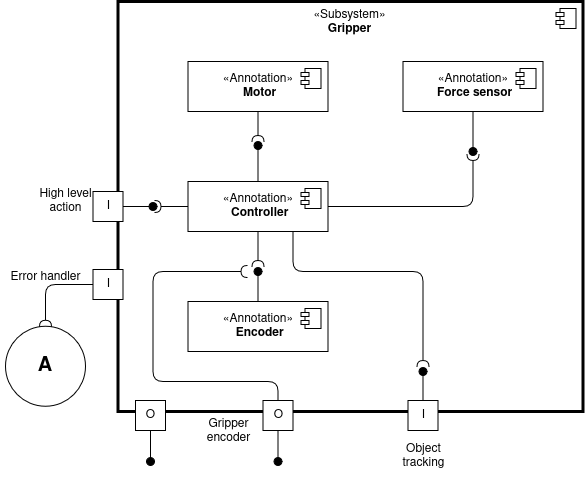
This is docs/source/_static/gripper.png from AlessandroMangili/Assignment_Cogar_group_I, a draw.io export, as it was before one commit. Source tidied: cells renumbered, new cells last; positions are measured from the earlier drawing's top-left corner, leaving out a move shared by most shapes. Source of this version:
```xml
<mxGraphModel>
  <root>
    <mxCell id="0" />
    <mxCell id="1" parent="0" />
    <mxCell id="2" value="«Subsystem»&lt;br&gt;&lt;div&gt;&lt;b&gt;Gripper&lt;/b&gt;&lt;/div&gt;&lt;div&gt;&lt;b&gt;&lt;br&gt;&lt;/b&gt;&lt;/div&gt;" style="html=1;whiteSpace=wrap;fillColor=none;align=center;verticalAlign=top;strokeWidth=3;" parent="1" vertex="1">
      <mxGeometry x="117.5" width="465" height="410" as="geometry" />
    </mxCell>
    <mxCell id="3" style="shape=module;jettyWidth=8;jettyHeight=4;" parent="2" vertex="1">
      <mxGeometry x="1" width="20" height="20" relative="1" as="geometry">
        <mxPoint x="-27" y="7" as="offset" />
      </mxGeometry>
    </mxCell>
    <mxCell id="4" value="«Annotation»&lt;br&gt;&lt;b&gt;&amp;nbsp;Force sensor&lt;/b&gt;" style="html=1;whiteSpace=wrap;" parent="1" vertex="1">
      <mxGeometry x="402.5" y="60" width="140" height="50" as="geometry" />
    </mxCell>
    <mxCell id="5" style="shape=module;jettyWidth=8;jettyHeight=4;" parent="4" vertex="1">
      <mxGeometry x="1" width="20" height="20" relative="1" as="geometry">
        <mxPoint x="-27" y="7" as="offset" />
      </mxGeometry>
    </mxCell>
    <mxCell id="6" value="«Annotation»&lt;br&gt;&lt;b&gt;&amp;nbsp;Motor&lt;/b&gt;" style="html=1;whiteSpace=wrap;" parent="1" vertex="1">
      <mxGeometry x="187.5" y="60" width="140" height="50" as="geometry" />
    </mxCell>
    <mxCell id="7" style="shape=module;jettyWidth=8;jettyHeight=4;" parent="6" vertex="1">
      <mxGeometry x="1" width="20" height="20" relative="1" as="geometry">
        <mxPoint x="-27" y="7" as="offset" />
      </mxGeometry>
    </mxCell>
    <mxCell id="8" value="«Annotation»&lt;br&gt;&lt;b&gt;&amp;nbsp;Encoder&lt;/b&gt;" style="html=1;whiteSpace=wrap;" parent="1" vertex="1">
      <mxGeometry x="187.5" y="300" width="140" height="50" as="geometry" />
    </mxCell>
    <mxCell id="9" style="shape=module;jettyWidth=8;jettyHeight=4;" parent="8" vertex="1">
      <mxGeometry x="1" width="20" height="20" relative="1" as="geometry">
        <mxPoint x="-27" y="7" as="offset" />
      </mxGeometry>
    </mxCell>
    <mxCell id="10" value="«Annotation»&lt;br&gt;&lt;b&gt;&amp;nbsp;Controller&lt;/b&gt;" style="html=1;whiteSpace=wrap;" parent="1" vertex="1">
      <mxGeometry x="187.5" y="180" width="140" height="50" as="geometry" />
    </mxCell>
    <mxCell id="11" style="shape=module;jettyWidth=8;jettyHeight=4;" parent="10" vertex="1">
      <mxGeometry x="1" width="20" height="20" relative="1" as="geometry">
        <mxPoint x="-27" y="7" as="offset" />
      </mxGeometry>
    </mxCell>
    <mxCell id="12" style="html=1;verticalAlign=bottom;labelBackgroundColor=none;endArrow=oval;endFill=1;endSize=8;exitX=0.5;exitY=0;exitDx=0;exitDy=0;" parent="1" edge="1" source="8">
      <mxGeometry relative="1" as="geometry">
        <mxPoint x="257.5" y="270" as="targetPoint" />
      </mxGeometry>
    </mxCell>
    <mxCell id="13" style="html=1;verticalAlign=bottom;labelBackgroundColor=none;endArrow=halfCircle;endFill=0;endSize=4;exitX=0.5;exitY=1;exitDx=0;exitDy=0;" parent="1" edge="1" source="10">
      <mxGeometry relative="1" as="geometry">
        <mxPoint x="257.5" y="265" as="targetPoint" />
      </mxGeometry>
    </mxCell>
    <mxCell id="14" style="html=1;verticalAlign=bottom;labelBackgroundColor=none;endArrow=oval;endFill=1;endSize=8;exitX=0.5;exitY=0;exitDx=0;exitDy=0;" parent="1" edge="1" source="10">
      <mxGeometry relative="1" as="geometry">
        <mxPoint x="257.5" y="144" as="targetPoint" />
      </mxGeometry>
    </mxCell>
    <mxCell id="15" style="html=1;verticalAlign=bottom;labelBackgroundColor=none;endArrow=halfCircle;endFill=0;endSize=4;exitX=0.5;exitY=1;exitDx=0;exitDy=0;" parent="1" edge="1" source="6">
      <mxGeometry relative="1" as="geometry">
        <mxPoint x="257.5" y="140" as="targetPoint" />
      </mxGeometry>
    </mxCell>
    <mxCell id="16" style="html=1;verticalAlign=bottom;labelBackgroundColor=none;endArrow=oval;endFill=1;endSize=8;exitX=0.5;exitY=1;exitDx=0;exitDy=0;" parent="1" edge="1" source="4">
      <mxGeometry relative="1" as="geometry">
        <mxPoint x="472.5" y="150" as="targetPoint" />
      </mxGeometry>
    </mxCell>
    <mxCell id="17" style="html=1;verticalAlign=bottom;labelBackgroundColor=none;endArrow=halfCircle;endFill=0;endSize=4;exitX=1;exitY=0.5;exitDx=0;exitDy=0;" parent="1" edge="1" source="10">
      <mxGeometry relative="1" as="geometry">
        <mxPoint x="472.5" y="153" as="targetPoint" />
        <Array as="points">
          <mxPoint x="472.5" y="205" />
        </Array>
      </mxGeometry>
    </mxCell>
    <mxCell id="18" value="O" style="html=1;rounded=0;direction=west;flipV=1;flipH=0;" parent="1" vertex="1">
      <mxGeometry x="262.5" y="399" width="30" height="30" as="geometry" />
    </mxCell>
    <mxCell id="19" value="I" style="html=1;rounded=0;direction=west;flipV=1;flipH=0;" parent="1" vertex="1">
      <mxGeometry x="407.5" y="399" width="30" height="30" as="geometry" />
    </mxCell>
    <mxCell id="20" style="html=1;verticalAlign=bottom;labelBackgroundColor=none;endArrow=halfCircle;endFill=0;endSize=4;exitX=0.5;exitY=1;exitDx=0;exitDy=0;" parent="1" edge="1" source="18">
      <mxGeometry relative="1" as="geometry">
        <mxPoint x="246.5" y="270" as="targetPoint" />
        <Array as="points">
          <mxPoint x="277.5" y="380" />
          <mxPoint x="152.5" y="380" />
          <mxPoint x="152.5" y="270" />
        </Array>
      </mxGeometry>
    </mxCell>
    <mxCell id="21" style="html=1;verticalAlign=bottom;labelBackgroundColor=none;endArrow=oval;endFill=1;endSize=8;exitX=0.5;exitY=0;exitDx=0;exitDy=0;" parent="1" edge="1" source="18">
      <mxGeometry relative="1" as="geometry">
        <mxPoint x="277.5" y="460" as="targetPoint" />
      </mxGeometry>
    </mxCell>
    <mxCell id="22" style="html=1;verticalAlign=bottom;labelBackgroundColor=none;endArrow=oval;endFill=1;endSize=8;exitX=0.5;exitY=1;exitDx=0;exitDy=0;" parent="1" edge="1" source="19">
      <mxGeometry relative="1" as="geometry">
        <mxPoint x="422.5" y="370" as="targetPoint" />
      </mxGeometry>
    </mxCell>
    <mxCell id="23" style="html=1;verticalAlign=bottom;labelBackgroundColor=none;endArrow=halfCircle;endFill=0;endSize=4;exitX=0.75;exitY=1;exitDx=0;exitDy=0;" parent="1" edge="1" source="10">
      <mxGeometry relative="1" as="geometry">
        <mxPoint x="422.5" y="365" as="targetPoint" />
        <Array as="points">
          <mxPoint x="292.5" y="270" />
          <mxPoint x="422.5" y="270" />
        </Array>
      </mxGeometry>
    </mxCell>
    <mxCell id="24" value="Gripper&lt;div&gt;encoder&lt;/div&gt;" style="text;html=1;align=center;verticalAlign=middle;strokeColor=none;fillColor=none;" parent="1" vertex="1">
      <mxGeometry x="192.5" y="410" width="70" height="40" as="geometry" />
    </mxCell>
    <mxCell id="25" value="I" style="html=1;rounded=0;direction=west;flipV=1;flipH=0;" parent="1" vertex="1">
      <mxGeometry x="92.5" y="190" width="30" height="30" as="geometry" />
    </mxCell>
    <mxCell id="26" style="html=1;verticalAlign=bottom;labelBackgroundColor=none;endArrow=oval;endFill=1;endSize=8;exitX=0;exitY=0.5;exitDx=0;exitDy=0;" parent="1" edge="1" source="25">
      <mxGeometry relative="1" as="geometry">
        <mxPoint x="152.5" y="205" as="targetPoint" />
      </mxGeometry>
    </mxCell>
    <mxCell id="27" style="html=1;verticalAlign=bottom;labelBackgroundColor=none;endArrow=halfCircle;endFill=0;endSize=4;exitX=0;exitY=0.5;exitDx=0;exitDy=0;" parent="1" edge="1" source="10">
      <mxGeometry relative="1" as="geometry">
        <mxPoint x="154.5" y="205" as="targetPoint" />
      </mxGeometry>
    </mxCell>
    <mxCell id="28" value="O" style="html=1;rounded=0;direction=west;flipV=1;flipH=0;" parent="1" vertex="1">
      <mxGeometry x="135" y="399" width="30" height="30" as="geometry" />
    </mxCell>
    <mxCell id="29" style="html=1;verticalAlign=bottom;labelBackgroundColor=none;endArrow=oval;endFill=1;endSize=8;exitX=0.5;exitY=0;exitDx=0;exitDy=0;" parent="1" edge="1" source="28">
      <mxGeometry relative="1" as="geometry">
        <mxPoint x="150" y="460" as="targetPoint" />
      </mxGeometry>
    </mxCell>
    <mxCell id="30" value="I" style="html=1;rounded=0;direction=west;flipV=1;flipH=0;" parent="1" vertex="1">
      <mxGeometry x="92.5" y="268" width="30" height="30" as="geometry" />
    </mxCell>
    <mxCell id="31" value="&lt;b&gt;A&lt;/b&gt;" style="ellipse;whiteSpace=wrap;html=1;fontSize=20;" parent="1" vertex="1">
      <mxGeometry x="5" y="324.6" width="80" height="80" as="geometry" />
    </mxCell>
    <mxCell id="32" style="html=1;verticalAlign=bottom;labelBackgroundColor=none;endArrow=halfCircle;endFill=0;endSize=4;exitX=1;exitY=0.5;exitDx=0;exitDy=0;entryX=0.5;entryY=0;entryDx=0;entryDy=0;" parent="1" edge="1" source="30" target="31">
      <mxGeometry relative="1" as="geometry">
        <Array as="points">
          <mxPoint x="45" y="283" />
        </Array>
      </mxGeometry>
    </mxCell>
    <mxCell id="33" value="&lt;div&gt;Error handler&lt;/div&gt;" style="text;html=1;align=center;verticalAlign=middle;strokeColor=none;fillColor=none;" parent="1" vertex="1">
      <mxGeometry y="261" width="90" height="30" as="geometry" />
    </mxCell>
    <mxCell id="34" value="Object&lt;div&gt;tracking&lt;/div&gt;" style="text;html=1;align=center;verticalAlign=middle;strokeColor=none;fillColor=none;" parent="1" vertex="1">
      <mxGeometry x="387.5" y="434.6" width="70" height="40" as="geometry" />
    </mxCell>
    <mxCell id="35" value="&lt;div&gt;High level&lt;/div&gt;&lt;div&gt;action&lt;/div&gt;" style="text;html=1;align=center;verticalAlign=middle;strokeColor=none;fillColor=none;" parent="1" vertex="1">
      <mxGeometry x="25" y="180" width="80" height="40" as="geometry" />
    </mxCell>
  </root>
</mxGraphModel>
```
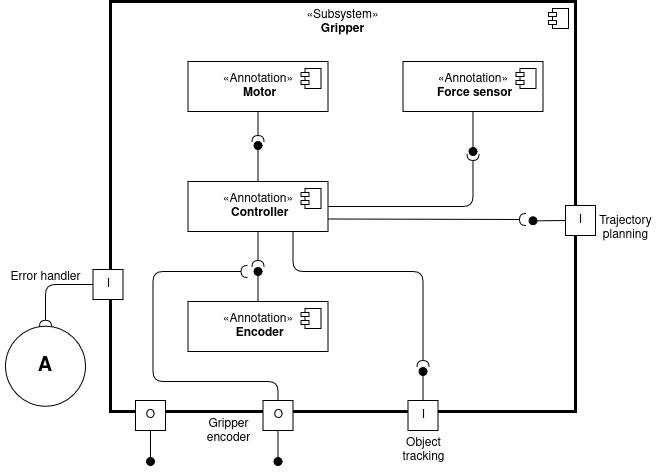
After the commit.

The edit, as a diff of the source:
```diff
@@ -3,7 +3,7 @@
     <mxCell id="0" />
     <mxCell id="1" parent="0" />
     <mxCell id="2" value="«Subsystem»&lt;br&gt;&lt;div&gt;&lt;b&gt;Gripper&lt;/b&gt;&lt;/div&gt;&lt;div&gt;&lt;b&gt;&lt;br&gt;&lt;/b&gt;&lt;/div&gt;" style="html=1;whiteSpace=wrap;fillColor=none;align=center;verticalAlign=top;strokeWidth=3;" parent="1" vertex="1">
-      <mxGeometry x="117.5" width="465" height="410" as="geometry" />
+      <mxGeometry x="110" width="465" height="410" as="geometry" />
     </mxCell>
     <mxCell id="3" style="shape=module;jettyWidth=8;jettyHeight=4;" parent="2" vertex="1">
       <mxGeometry x="1" width="20" height="20" relative="1" as="geometry">
@@ -113,48 +113,48 @@
     <mxCell id="24" value="Gripper&lt;div&gt;encoder&lt;/div&gt;" style="text;html=1;align=center;verticalAlign=middle;strokeColor=none;fillColor=none;" parent="1" vertex="1">
       <mxGeometry x="192.5" y="410" width="70" height="40" as="geometry" />
     </mxCell>
-    <mxCell id="25" value="I" style="html=1;rounded=0;direction=west;flipV=1;flipH=0;" parent="1" vertex="1">
-      <mxGeometry x="92.5" y="190" width="30" height="30" as="geometry" />
+    <mxCell id="25" value="O" style="html=1;rounded=0;direction=west;flipV=1;flipH=0;" parent="1" vertex="1">
+      <mxGeometry x="135" y="399" width="30" height="30" as="geometry" />
     </mxCell>
-    <mxCell id="26" style="html=1;verticalAlign=bottom;labelBackgroundColor=none;endArrow=oval;endFill=1;endSize=8;exitX=0;exitY=0.5;exitDx=0;exitDy=0;" parent="1" edge="1" source="25">
+    <mxCell id="26" style="html=1;verticalAlign=bottom;labelBackgroundColor=none;endArrow=oval;endFill=1;endSize=8;exitX=0.5;exitY=0;exitDx=0;exitDy=0;" parent="1" edge="1" source="25">
       <mxGeometry relative="1" as="geometry">
-        <mxPoint x="152.5" y="205" as="targetPoint" />
+        <mxPoint x="150" y="460" as="targetPoint" />
       </mxGeometry>
     </mxCell>
-    <mxCell id="27" style="html=1;verticalAlign=bottom;labelBackgroundColor=none;endArrow=halfCircle;endFill=0;endSize=4;exitX=0;exitY=0.5;exitDx=0;exitDy=0;" parent="1" edge="1" source="10">
-      <mxGeometry relative="1" as="geometry">
-        <mxPoint x="154.5" y="205" as="targetPoint" />
-      </mxGeometry>
+    <mxCell id="27" value="I" style="html=1;rounded=0;direction=west;flipV=1;flipH=0;" parent="1" vertex="1">
+      <mxGeometry x="92.5" y="268" width="30" height="30" as="geometry" />
     </mxCell>
-    <mxCell id="28" value="O" style="html=1;rounded=0;direction=west;flipV=1;flipH=0;" parent="1" vertex="1">
-      <mxGeometry x="135" y="399" width="30" height="30" as="geometry" />
+    <mxCell id="28" value="&lt;b&gt;A&lt;/b&gt;" style="ellipse;whiteSpace=wrap;html=1;fontSize=20;" parent="1" vertex="1">
+      <mxGeometry x="5" y="324.6" width="80" height="80" as="geometry" />
     </mxCell>
-    <mxCell id="29" style="html=1;verticalAlign=bottom;labelBackgroundColor=none;endArrow=oval;endFill=1;endSize=8;exitX=0.5;exitY=0;exitDx=0;exitDy=0;" parent="1" edge="1" source="28">
+    <mxCell id="29" style="html=1;verticalAlign=bottom;labelBackgroundColor=none;endArrow=halfCircle;endFill=0;endSize=4;exitX=1;exitY=0.5;exitDx=0;exitDy=0;entryX=0.5;entryY=0;entryDx=0;entryDy=0;" parent="1" edge="1" source="27" target="28">
       <mxGeometry relative="1" as="geometry">
-        <mxPoint x="150" y="460" as="targetPoint" />
+        <Array as="points">
+          <mxPoint x="45" y="283" />
+        </Array>
       </mxGeometry>
     </mxCell>
-    <mxCell id="30" value="I" style="html=1;rounded=0;direction=west;flipV=1;flipH=0;" parent="1" vertex="1">
-      <mxGeometry x="92.5" y="268" width="30" height="30" as="geometry" />
+    <mxCell id="30" value="&lt;div&gt;Error handler&lt;/div&gt;" style="text;html=1;align=center;verticalAlign=middle;points=[];strokeColor=none;fillColor=none;" parent="1" vertex="1">
+      <mxGeometry y="261" width="90" height="30" as="geometry" />
     </mxCell>
-    <mxCell id="31" value="&lt;b&gt;A&lt;/b&gt;" style="ellipse;whiteSpace=wrap;html=1;fontSize=20;" parent="1" vertex="1">
-      <mxGeometry x="5" y="324.6" width="80" height="80" as="geometry" />
+    <mxCell id="31" value="Object&lt;div&gt;tracking&lt;/div&gt;" style="text;html=1;align=center;verticalAlign=middle;points=[];strokeColor=none;fillColor=none;" parent="1" vertex="1">
+      <mxGeometry x="387.5" y="429" width="70" height="40" as="geometry" />
     </mxCell>
-    <mxCell id="32" style="html=1;verticalAlign=bottom;labelBackgroundColor=none;endArrow=halfCircle;endFill=0;endSize=4;exitX=1;exitY=0.5;exitDx=0;exitDy=0;entryX=0.5;entryY=0;entryDx=0;entryDy=0;" parent="1" edge="1" source="30" target="31">
-      <mxGeometry relative="1" as="geometry">
-        <Array as="points">
-          <mxPoint x="45" y="283" />
-        </Array>
-      </mxGeometry>
+    <mxCell id="32" value="I" style="html=1;rounded=0;direction=west;flipV=1;flipH=0;" parent="1" vertex="1">
+      <mxGeometry x="565" y="204" width="30" height="30" as="geometry" />
     </mxCell>
-    <mxCell id="33" value="&lt;div&gt;Error handler&lt;/div&gt;" style="text;html=1;align=center;verticalAlign=middle;strokeColor=none;fillColor=none;" parent="1" vertex="1">
-      <mxGeometry y="261" width="90" height="30" as="geometry" />
+    <mxCell id="33" style="edgeStyle=none;html=1;endArrow=oval;endFill=1;exitX=1;exitY=0.5;exitDx=0;exitDy=0;endSize=8;" parent="1" edge="1" source="32">
+      <mxGeometry relative="1" as="geometry">
+        <mxPoint x="532.5" y="219.4" as="targetPoint" />
+      </mxGeometry>
     </mxCell>
-    <mxCell id="34" value="Object&lt;div&gt;tracking&lt;/div&gt;" style="text;html=1;align=center;verticalAlign=middle;strokeColor=none;fillColor=none;" parent="1" vertex="1">
-      <mxGeometry x="387.5" y="434.6" width="70" height="40" as="geometry" />
+    <mxCell id="34" style="html=1;verticalAlign=bottom;labelBackgroundColor=none;endArrow=halfCircle;endFill=0;endSize=4;exitX=1;exitY=0.75;exitDx=0;exitDy=0;" parent="1" edge="1" source="10">
+      <mxGeometry relative="1" as="geometry">
+        <mxPoint x="525" y="218" as="targetPoint" />
+      </mxGeometry>
     </mxCell>
-    <mxCell id="35" value="&lt;div&gt;High level&lt;/div&gt;&lt;div&gt;action&lt;/div&gt;" style="text;html=1;align=center;verticalAlign=middle;strokeColor=none;fillColor=none;" parent="1" vertex="1">
-      <mxGeometry x="25" y="180" width="80" height="40" as="geometry" />
+    <mxCell id="35" value="Trajectory&lt;div&gt;planning&lt;/div&gt;" style="text;html=1;align=center;verticalAlign=middle;strokeColor=none;fillColor=none;flipV=0;" parent="1" vertex="1">
+      <mxGeometry x="585" y="206.6" width="80" height="40" as="geometry" />
     </mxCell>
   </root>
 </mxGraphModel>
```
